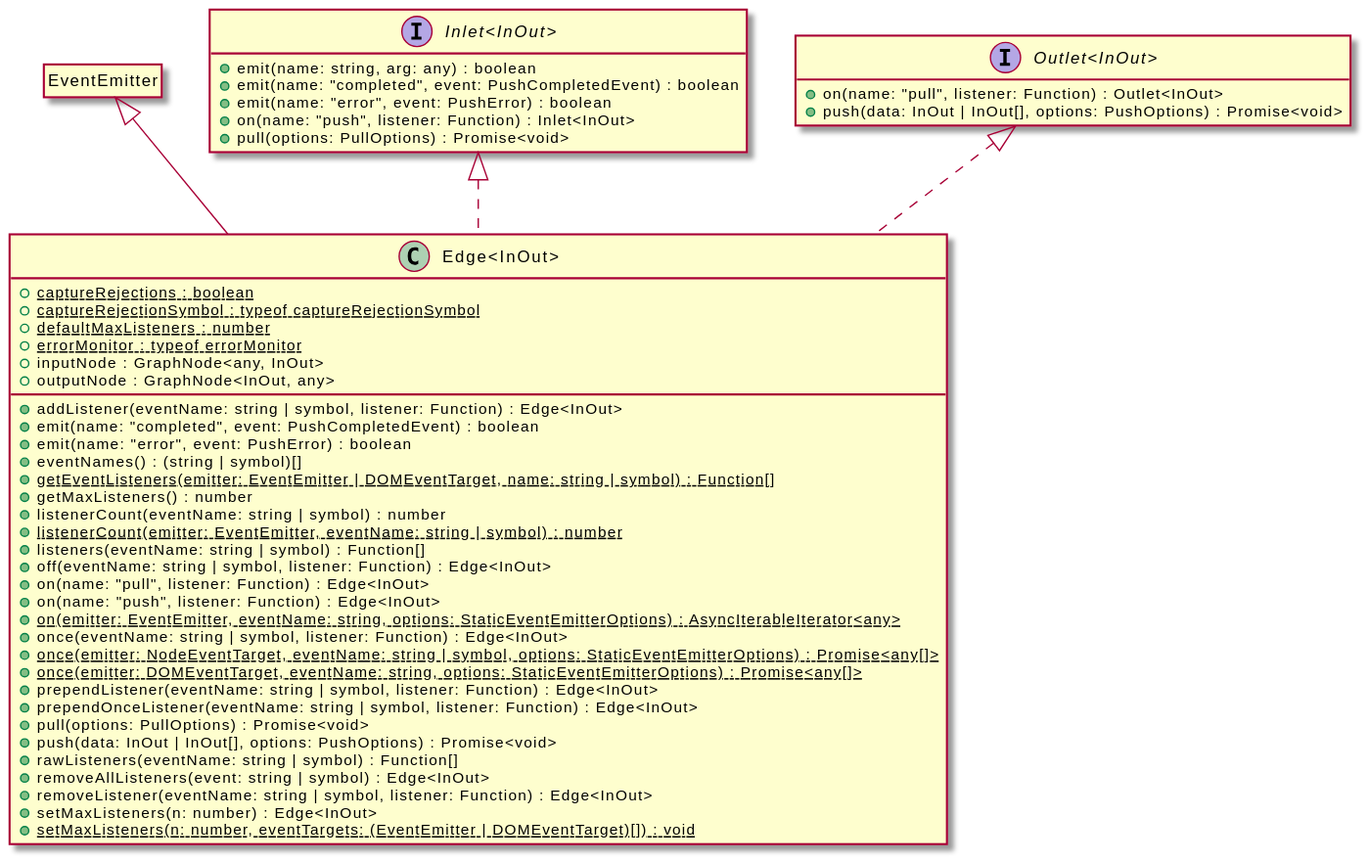
This is assets/Edge-umlClassDiagram-173.svg from OpenHPS/openhps-core, a PlantUML export, as it was before one commit. The source it was exported from:
```plantuml
@startuml
skinparam BackgroundColor transparent
hide empty methods
hide empty fields
class "Edge<InOut>" {
    {static} +captureRejections : boolean
    {static} +captureRejectionSymbol : typeof captureRejectionSymbol
    {static} +defaultMaxListeners : number
    {static} +errorMonitor : typeof errorMonitor
    +inputNode : GraphNode<any, InOut>
    +outputNode : GraphNode<InOut, any>
    +addListener(eventName: string | symbol, listener: Function) : Edge<InOut>
    +emit(name: "completed", event: PushCompletedEvent) : boolean
    +emit(name: "error", event: PushError) : boolean
    +eventNames() : (string | symbol)[]
    {static} +getEventListeners(emitter: EventEmitter | DOMEventTarget, name: string | symbol) : Function[]
    +getMaxListeners() : number
    +listenerCount(eventName: string | symbol) : number
    {static} +listenerCount(emitter: EventEmitter, eventName: string | symbol) : number
    +listeners(eventName: string | symbol) : Function[]
    +off(eventName: string | symbol, listener: Function) : Edge<InOut>
    +on(name: "pull", listener: Function) : Edge<InOut>
    +on(name: "push", listener: Function) : Edge<InOut>
    {static} +on(emitter: EventEmitter, eventName: string, options: StaticEventEmitterOptions) : AsyncIterableIterator<any>
    +once(eventName: string | symbol, listener: Function) : Edge<InOut>
    {static} +once(emitter: NodeEventTarget, eventName: string | symbol, options: StaticEventEmitterOptions) : Promise<any[]>
    {static} +once(emitter: DOMEventTarget, eventName: string, options: StaticEventEmitterOptions) : Promise<any[]>
    +prependListener(eventName: string | symbol, listener: Function) : Edge<InOut>
    +prependOnceListener(eventName: string | symbol, listener: Function) : Edge<InOut>
    +pull(options: PullOptions) : Promise<void>
    +push(data: InOut | InOut[], options: PushOptions) : Promise<void>
    +rawListeners(eventName: string | symbol) : Function[]
    +removeAllListeners(event: string | symbol) : Edge<InOut>
    +removeListener(eventName: string | symbol, listener: Function) : Edge<InOut>
    +setMaxListeners(n: number) : Edge<InOut>
    {static} +setMaxListeners(n: number, eventTargets: (EventEmitter | DOMEventTarget)[]) : void
}
class "EventEmitter"
hide "EventEmitter" circle
"EventEmitter" <|-- "Edge<InOut>"
interface "Inlet<InOut>" {
    +emit(name: string, arg: any) : boolean
    +emit(name: "completed", event: PushCompletedEvent) : boolean
    +emit(name: "error", event: PushError) : boolean
    +on(name: "push", listener: Function) : Inlet<InOut>
    +pull(options: PullOptions) : Promise<void>
}
"Inlet<InOut>" <|.. "Edge<InOut>"
interface "Outlet<InOut>" {
    +on(name: "pull", listener: Function) : Outlet<InOut>
    +push(data: InOut | InOut[], options: PushOptions) : Promise<void>
}
"Outlet<InOut>" <|.. "Edge<InOut>"
@enduml
```
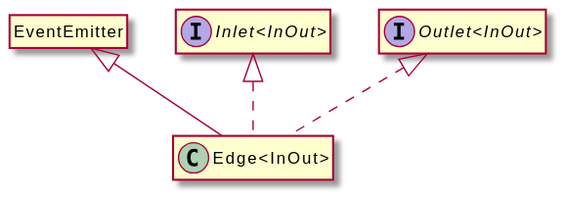
Above is the later version.

What changed in the source:
```diff
@@ -3,52 +3,14 @@
 hide empty methods
 hide empty fields
 class "Edge<InOut>" {
-    {static} +captureRejections : boolean
-    {static} +captureRejectionSymbol : typeof captureRejectionSymbol
-    {static} +defaultMaxListeners : number
-    {static} +errorMonitor : typeof errorMonitor
-    +inputNode : GraphNode<any, InOut>
-    +outputNode : GraphNode<InOut, any>
-    +addListener(eventName: string | symbol, listener: Function) : Edge<InOut>
-    +emit(name: "completed", event: PushCompletedEvent) : boolean
-    +emit(name: "error", event: PushError) : boolean
-    +eventNames() : (string | symbol)[]
-    {static} +getEventListeners(emitter: EventEmitter | DOMEventTarget, name: string | symbol) : Function[]
-    +getMaxListeners() : number
-    +listenerCount(eventName: string | symbol) : number
-    {static} +listenerCount(emitter: EventEmitter, eventName: string | symbol) : number
-    +listeners(eventName: string | symbol) : Function[]
-    +off(eventName: string | symbol, listener: Function) : Edge<InOut>
-    +on(name: "pull", listener: Function) : Edge<InOut>
-    +on(name: "push", listener: Function) : Edge<InOut>
-    {static} +on(emitter: EventEmitter, eventName: string, options: StaticEventEmitterOptions) : AsyncIterableIterator<any>
-    +once(eventName: string | symbol, listener: Function) : Edge<InOut>
-    {static} +once(emitter: NodeEventTarget, eventName: string | symbol, options: StaticEventEmitterOptions) : Promise<any[]>
-    {static} +once(emitter: DOMEventTarget, eventName: string, options: StaticEventEmitterOptions) : Promise<any[]>
-    +prependListener(eventName: string | symbol, listener: Function) : Edge<InOut>
-    +prependOnceListener(eventName: string | symbol, listener: Function) : Edge<InOut>
-    +pull(options: PullOptions) : Promise<void>
-    +push(data: InOut | InOut[], options: PushOptions) : Promise<void>
-    +rawListeners(eventName: string | symbol) : Function[]
-    +removeAllListeners(event: string | symbol) : Edge<InOut>
-    +removeListener(eventName: string | symbol, listener: Function) : Edge<InOut>
-    +setMaxListeners(n: number) : Edge<InOut>
-    {static} +setMaxListeners(n: number, eventTargets: (EventEmitter | DOMEventTarget)[]) : void
 }
 class "EventEmitter"
 hide "EventEmitter" circle
 "EventEmitter" <|-- "Edge<InOut>"
 interface "Inlet<InOut>" {
-    +emit(name: string, arg: any) : boolean
-    +emit(name: "completed", event: PushCompletedEvent) : boolean
-    +emit(name: "error", event: PushError) : boolean
-    +on(name: "push", listener: Function) : Inlet<InOut>
-    +pull(options: PullOptions) : Promise<void>
 }
 "Inlet<InOut>" <|.. "Edge<InOut>"
 interface "Outlet<InOut>" {
-    +on(name: "pull", listener: Function) : Outlet<InOut>
-    +push(data: InOut | InOut[], options: PushOptions) : Promise<void>
 }
 "Outlet<InOut>" <|.. "Edge<InOut>"
 @enduml
```
